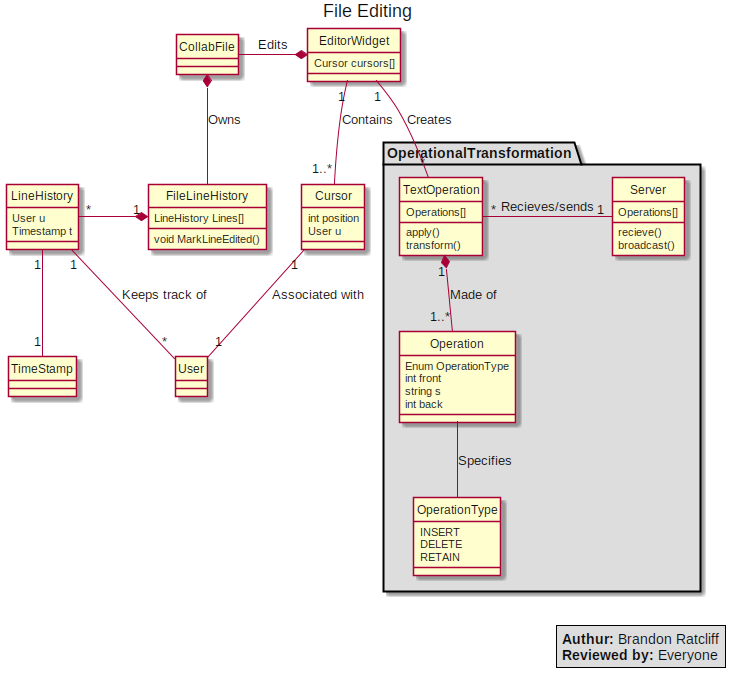
This is doc/SSRS/images/ClassDiagrams/EditFile.png from cs383-4/sQuire, a PlantUML export, as it was before one commit.
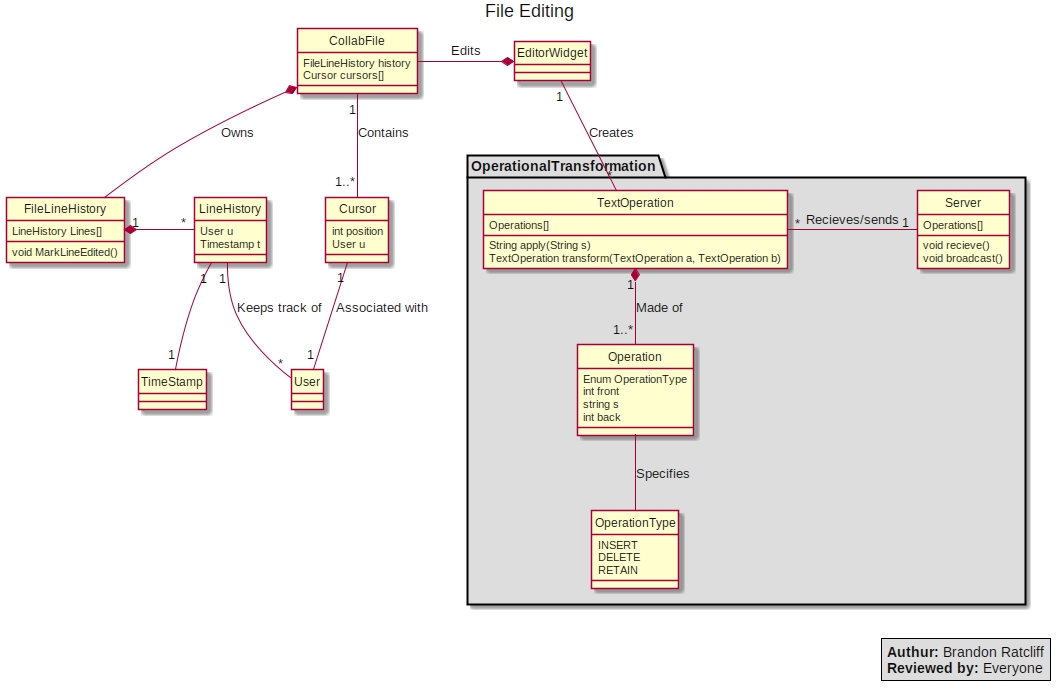
Later version of the same file.

Commit message:
Made all the class diagrams compile from the comand line

Change to the diagram source:
```diff
@@ -2,12 +2,14 @@
 hide circle
 title File Editing
 
-class CollabFile
+class CollabFile {
+ FileLineHistory history
+ Cursor cursors[]
+}
 class User
 
 CollabFile -left-* EditorWidget: Edits
 class EditorWidget {
-  Cursor cursors[]
 }
 
 class FileLineHistory {
@@ -22,10 +24,10 @@
 
 LineHistory "1" -- "*" User : "Keeps track of"
 LineHistory "1" -- "1" TimeStamp
-FileLineHistory "1" *-left- "*" LineHistory
+FileLineHistory "1" *-right- "*" LineHistory
 
 CollabFile *-down- FileLineHistory: "Owns"
-EditorWidget "1" -- "1..*" Cursor: "Contains"
+CollabFile "1" -- "1..*" Cursor: "Contains"
 
 class Cursor {
   int position
@@ -36,14 +38,14 @@
 Package OperationalTransformation #DDDDDD {
   class Server {
     Operations[]
-    recieve()
-    broadcast()
+    void recieve()
+    void broadcast()
   }
 
   class TextOperation {
     Operations[]
-    apply()
-    transform()
+    String apply(String s)
+    TextOperation transform(TextOperation a, TextOperation b)
   }
 
 
```
